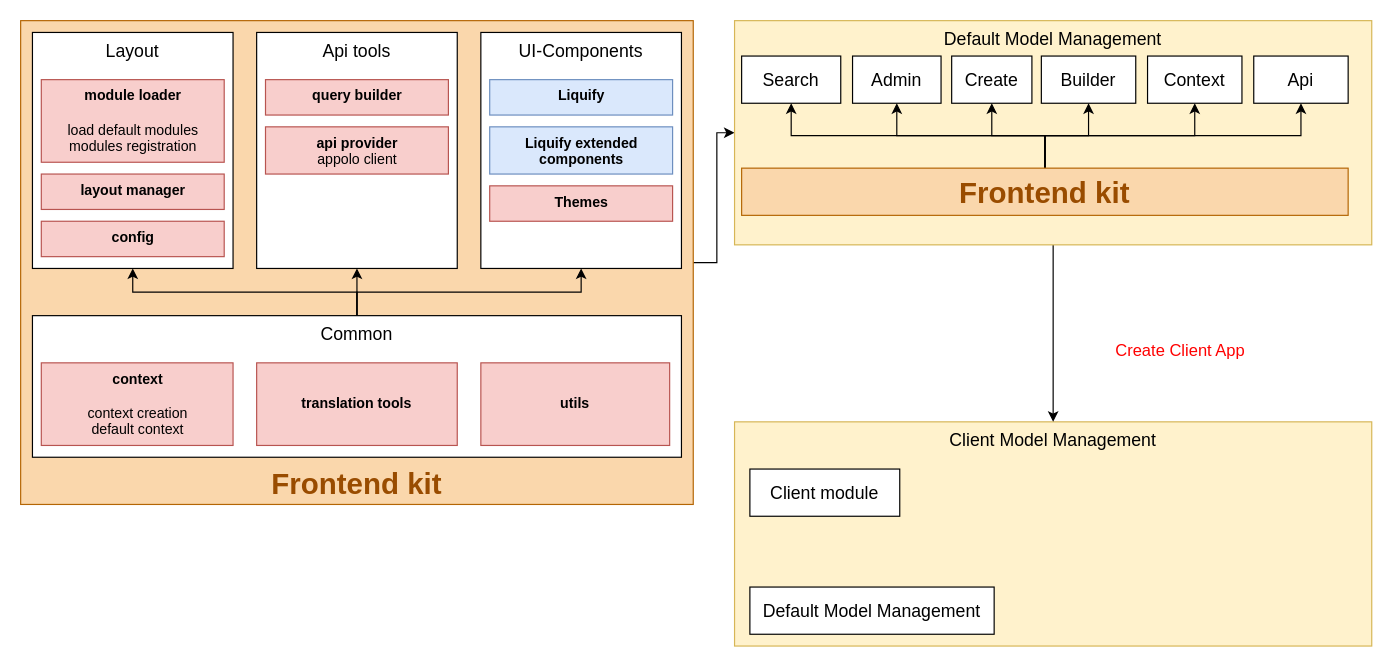
haithemT/diagrams keeps this draw.io diagram as page "Page-2" (2 of 2) of Untitled Diagram.drawio. Above is the earlier version. Source tidied: cells renumbered, new cells numbered last; positions are measured from the earlier drawing's top-left corner, leaving out a move shared by most shapes. Both pictures are drawn from the tidied source at 118%, with x=0, y=0 at pixel (20, 20).
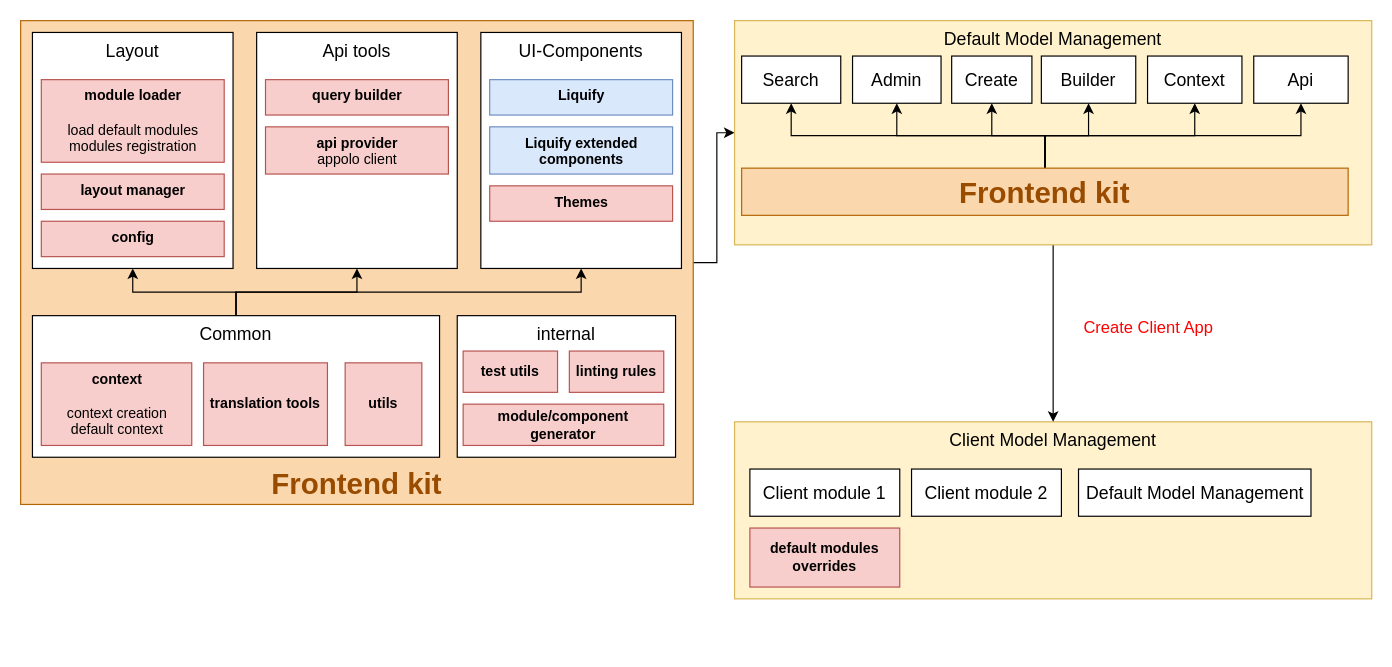
After the change.

Diff of the diagram source:
```diff
@@
     <mxCell id="2" value="Client Model Management" style="rounded=0;whiteSpace=wrap;html=1;fontSize=15;align=center;fillColor=#fff2cc;strokeColor=#d6b656;verticalAlign=top;" parent="1" vertex="1">
-      <mxGeometry x="605" y="340" width="540" height="190" as="geometry" />
+      <mxGeometry x="605" y="340" width="540" height="150" as="geometry" />
     </mxCell>
@@
     <mxCell id="8" value="&lt;font color=&quot;#000000&quot;&gt;Common&lt;/font&gt;" style="rounded=0;whiteSpace=wrap;html=1;fontSize=15;fontColor=#FF0000;verticalAlign=top;" parent="1" vertex="1">
-      <mxGeometry x="10" y="250" width="550" height="120" as="geometry" />
+      <mxGeometry x="10" y="250" width="345" height="120" as="geometry" />
     </mxCell>
@@
     <mxCell id="13" value="context&lt;br&gt;&lt;br&gt;&lt;span style=&quot;font-weight: normal&quot;&gt;context creation&lt;br&gt;default context&lt;/span&gt;" style="rounded=0;whiteSpace=wrap;html=1;fontSize=12;align=center;fillColor=#f8cecc;strokeColor=#b85450;fontStyle=1;verticalAlign=top;" parent="1" vertex="1">
-      <mxGeometry x="17.5" y="290" width="162.5" height="70" as="geometry" />
+      <mxGeometry x="17.5" y="290" width="127.5" height="70" as="geometry" />
     </mxCell>
     <mxCell id="14" value="translation tools" style="rounded=0;whiteSpace=wrap;html=1;fontSize=12;align=center;fillColor=#f8cecc;strokeColor=#b85450;fontStyle=1;" parent="1" vertex="1">
-      <mxGeometry x="200" y="290" width="170" height="70" as="geometry" />
+      <mxGeometry x="155" y="290" width="105" height="70" as="geometry" />
     </mxCell>
@@
     <mxCell id="21" value="utils" style="rounded=0;whiteSpace=wrap;html=1;fontSize=12;align=center;fillColor=#f8cecc;strokeColor=#b85450;fontStyle=1;" parent="1" vertex="1">
-      <mxGeometry x="390" y="290" width="160" height="70" as="geometry" />
+      <mxGeometry x="275" y="290" width="65" height="70" as="geometry" />
     </mxCell>
@@
-    <mxCell id="38" value="&lt;span style=&quot;color: rgb(0 , 0 , 0)&quot;&gt;Default Model Management&lt;/span&gt;" style="rounded=0;whiteSpace=wrap;html=1;fontSize=15;fontColor=#FF0000;verticalAlign=middle;" parent="1" vertex="1">
-      <mxGeometry x="618" y="480" width="207" height="40" as="geometry" />
+    <mxCell id="38" value="&lt;span style=&quot;color: rgb(0 , 0 , 0)&quot;&gt;Default Model Management&lt;/span&gt;" style="rounded=0;whiteSpace=wrap;html=1;fontSize=15;fontColor=#FF0000;verticalAlign=middle;align=center;" parent="1" vertex="1">
+      <mxGeometry x="896.5" y="380" width="197" height="40" as="geometry" />
     </mxCell>
     <mxCell id="39" value="Create Client App" style="text;html=1;strokeColor=none;fillColor=none;align=center;verticalAlign=middle;whiteSpace=wrap;rounded=0;fontColor=#FF0000;fontSize=14;" parent="1" vertex="1">
-      <mxGeometry x="885" y="270" width="196" height="20" as="geometry" />
+      <mxGeometry x="877" y="250" width="158" height="20" as="geometry" />
     </mxCell>
-    <mxCell id="40" value="&lt;span style=&quot;color: rgb(0 , 0 , 0)&quot;&gt;Client module&lt;/span&gt;" style="rounded=0;whiteSpace=wrap;html=1;fontSize=15;fontColor=#FF0000;verticalAlign=middle;" parent="1" vertex="1">
+    <mxCell id="40" value="&lt;span style=&quot;color: rgb(0 , 0 , 0)&quot;&gt;Client module 1&lt;/span&gt;" style="rounded=0;whiteSpace=wrap;html=1;fontSize=15;fontColor=#FF0000;verticalAlign=middle;" parent="1" vertex="1">
       <mxGeometry x="618" y="380" width="127" height="40" as="geometry" />
     </mxCell>
+    <mxCell id="41" value="&lt;font color=&quot;#000000&quot;&gt;internal&lt;/font&gt;" style="rounded=0;whiteSpace=wrap;html=1;fontSize=15;fontColor=#FF0000;verticalAlign=top;" parent="1" vertex="1">
+      <mxGeometry x="370" y="250" width="185" height="120" as="geometry" />
+    </mxCell>
+    <mxCell id="42" value="test utils" style="rounded=0;whiteSpace=wrap;html=1;fontSize=12;align=center;fillColor=#f8cecc;strokeColor=#b85450;fontStyle=1;" parent="1" vertex="1">
+      <mxGeometry x="375" y="280" width="80" height="35" as="geometry" />
+    </mxCell>
+    <mxCell id="43" value="module/component generator" style="rounded=0;whiteSpace=wrap;html=1;fontSize=12;align=center;fillColor=#f8cecc;strokeColor=#b85450;fontStyle=1;" parent="1" vertex="1">
+      <mxGeometry x="375" y="325" width="170" height="35" as="geometry" />
+    </mxCell>
+    <mxCell id="44" value="linting rules" style="rounded=0;whiteSpace=wrap;html=1;fontSize=12;align=center;fillColor=#f8cecc;strokeColor=#b85450;fontStyle=1;" parent="1" vertex="1">
+      <mxGeometry x="465" y="280" width="80" height="35" as="geometry" />
+    </mxCell>
+    <mxCell id="45" value="&lt;span style=&quot;color: rgb(0 , 0 , 0)&quot;&gt;Client module 2&lt;/span&gt;" style="rounded=0;whiteSpace=wrap;html=1;fontSize=15;fontColor=#FF0000;verticalAlign=middle;" parent="1" vertex="1">
+      <mxGeometry x="755" y="380" width="127" height="40" as="geometry" />
+    </mxCell>
+    <mxCell id="46" value="default modules overrides" style="rounded=0;whiteSpace=wrap;html=1;fontSize=12;align=center;fillColor=#f8cecc;strokeColor=#b85450;fontStyle=1;" parent="1" vertex="1">
+      <mxGeometry x="618" y="430" width="127" height="50" as="geometry" />
+    </mxCell>
```
